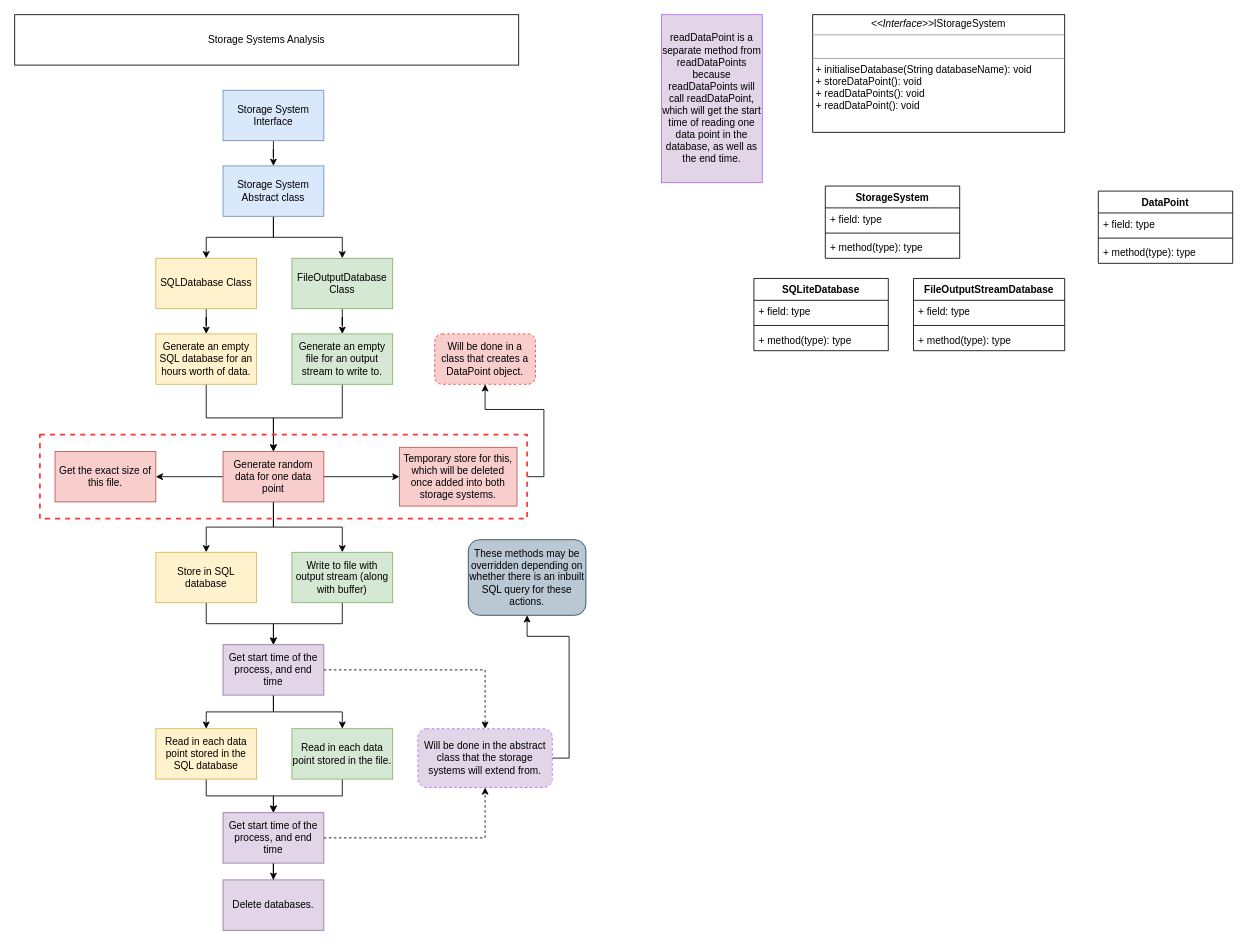
Earlier version of the draw.io diagram planning/StorageSystemVIP.drawio (dolphin-acoustics-vip/DBAnalytics). Source tidied: cells renumbered, new cells numbered last; positions are measured from the earlier drawing's top-left corner, leaving out a move shared by most shapes. Both pictures are drawn from the tidied source at 84%, with x=0, y=0 at pixel (14, 14).
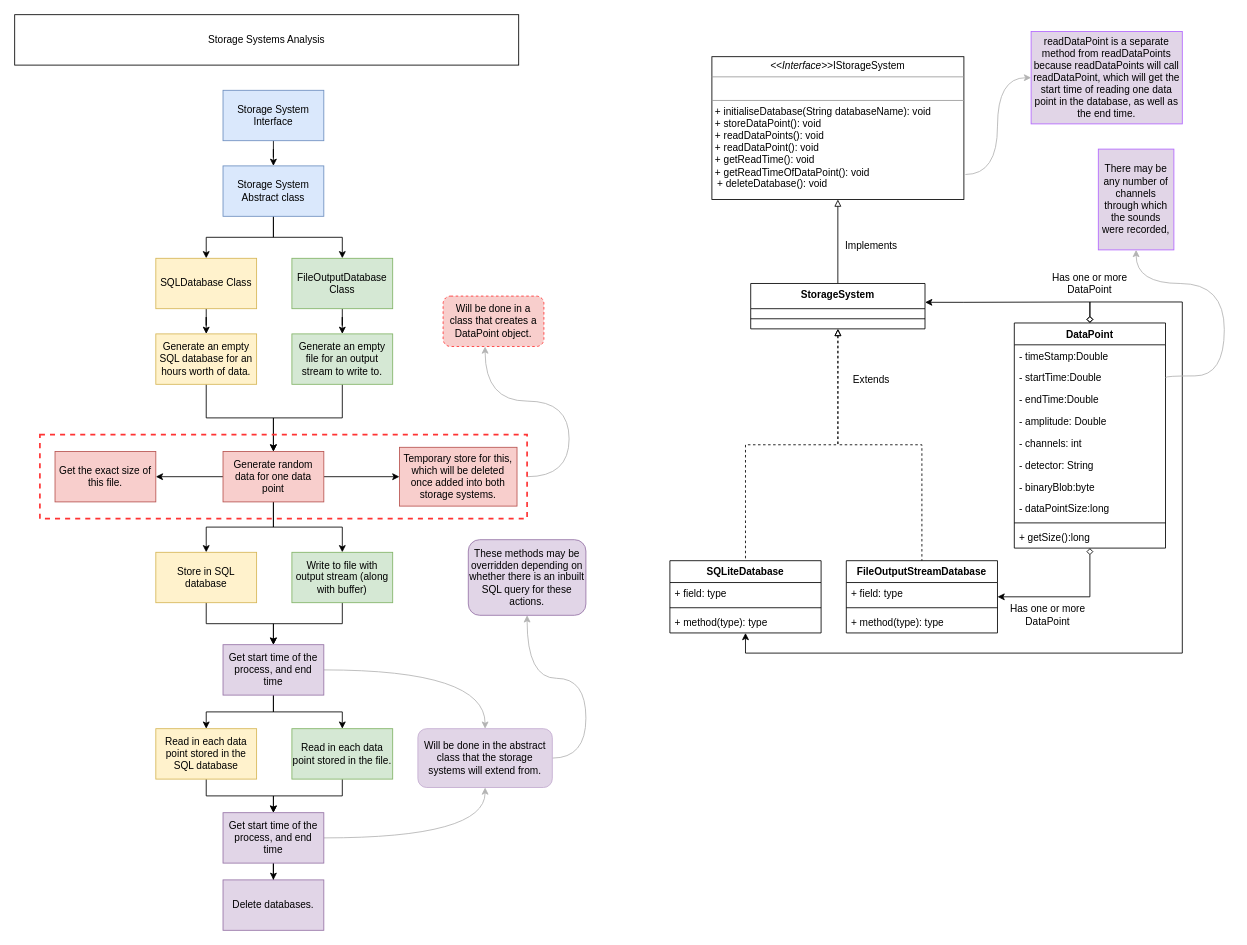
After the change.

Commit message:
Update StorageSystemVIP.drawio UML diagrams

The change refers to these unchanged cells:
```xml
<mxCell id="20" style="rounded=0;whiteSpace=wrap;html=1;fillColor=none;fontColor=#333333;strokeColor=#FF3333;dashed=1;strokeWidth=2;" parent="1" vertex="1">
  <mxGeometry x="30" y="500" width="580" height="100" as="geometry" />
</mxCell>
<mxCell id="27" value="Get start time of the process, and end time" style="whiteSpace=wrap;html=1;fillColor=#e1d5e7;strokeColor=#9673a6;rounded=0;" parent="1" vertex="1">
  <mxGeometry x="248" y="950" width="120" height="60" as="geometry" />
</mxCell>
<mxCell id="31" value="Get start time of the process, and end time" style="whiteSpace=wrap;html=1;fillColor=#e1d5e7;strokeColor=#9673a6;rounded=0;" parent="1" vertex="1">
  <mxGeometry x="248" y="750" width="120" height="60" as="geometry" />
</mxCell>
```

Change to the diagram source:
```diff
@@
-    <mxCell id="19" style="edgeStyle=orthogonalEdgeStyle;rounded=0;jettySize=auto;html=1;strokeColor=#000000;exitX=1;exitY=0.5;exitDx=0;exitDy=0;" parent="1" edge="1" source="20" target="21">
-      <mxGeometry relative="1" as="geometry" />
+    <mxCell id="19" style="edgeStyle=orthogonalEdgeStyle;jettySize=auto;html=1;strokeColor=#B3B3B3;exitX=1;exitY=0.5;exitDx=0;exitDy=0;curved=1;" parent="1" edge="1" source="20" target="21">
+      <mxGeometry relative="1" as="geometry">
+        <Array as="points">
+          <mxPoint x="660" y="550" />
+          <mxPoint x="660" y="460" />
+          <mxPoint x="560" y="460" />
+        </Array>
+      </mxGeometry>
     </mxCell>
@@
     <mxCell id="21" value="Will be done in a class that creates a DataPoint object." style="rounded=1;whiteSpace=wrap;html=1;strokeColor=#FF3333;strokeWidth=1;fillColor=#f8cecc;dashed=1;" parent="1" vertex="1">
-      <mxGeometry x="500" y="380" width="120" height="60" as="geometry" />
+      <mxGeometry x="510" y="335" width="120" height="60" as="geometry" />
     </mxCell>
@@
-    <mxCell id="25" style="edgeStyle=orthogonalEdgeStyle;rounded=0;jettySize=auto;html=1;entryX=0.5;entryY=1;entryDx=0;entryDy=0;dashed=1;strokeColor=#000000;" parent="1" edge="1" source="27" target="33">
+    <mxCell id="25" style="edgeStyle=orthogonalEdgeStyle;jettySize=auto;html=1;entryX=0.5;entryY=1;entryDx=0;entryDy=0;strokeColor=#B3B3B3;curved=1;" parent="1" edge="1" source="27" target="33">
       <mxGeometry relative="1" as="geometry" />
     </mxCell>
@@
-    <mxCell id="30" style="edgeStyle=orthogonalEdgeStyle;rounded=0;jettySize=auto;html=1;entryX=0.5;entryY=0;entryDx=0;entryDy=0;dashed=1;strokeColor=#000000;" parent="1" edge="1" source="31" target="33">
+    <mxCell id="30" style="edgeStyle=orthogonalEdgeStyle;jettySize=auto;html=1;entryX=0.5;entryY=0;entryDx=0;entryDy=0;strokeColor=#B3B3B3;curved=1;" parent="1" edge="1" source="31" target="33">
       <mxGeometry relative="1" as="geometry" />
     </mxCell>
@@
-    <mxCell id="32" style="edgeStyle=orthogonalEdgeStyle;rounded=0;jettySize=auto;html=1;strokeColor=#000000;exitX=1;exitY=0.5;exitDx=0;exitDy=0;entryX=0.5;entryY=1;entryDx=0;entryDy=0;" parent="1" edge="1" source="33" target="34">
+    <mxCell id="32" style="edgeStyle=orthogonalEdgeStyle;jettySize=auto;html=1;strokeColor=#B3B3B3;exitX=1;exitY=0.5;exitDx=0;exitDy=0;entryX=0.5;entryY=1;entryDx=0;entryDy=0;curved=1;" parent="1" edge="1" source="33" target="34">
       <mxGeometry relative="1" as="geometry">
         <Array as="points">
-          <mxPoint x="660" y="885" />
-          <mxPoint x="660" y="740" />
-          <mxPoint x="610" y="740" />
+          <mxPoint x="680" y="885" />
+          <mxPoint x="680" y="790" />
+          <mxPoint x="610" y="790" />
         </Array>
       </mxGeometry>
     </mxCell>
-    <mxCell id="33" value="Will be done in the abstract class that the storage systems will extend from." style="rounded=1;whiteSpace=wrap;html=1;strokeColor=#B266FF;strokeWidth=1;fillColor=#E1D5E7;dashed=1;" parent="1" vertex="1">
+    <mxCell id="33" value="Will be done in the abstract class that the storage systems will extend from." style="rounded=1;whiteSpace=wrap;html=1;strokeColor=#C3ABD0;strokeWidth=1;fillColor=#E1D5E7;" parent="1" vertex="1">
       <mxGeometry x="480" y="850" width="160" height="70" as="geometry" />
     </mxCell>
-    <mxCell id="34" value="These methods may be overridden depending on whether there is an inbuilt SQL query for these actions." style="whiteSpace=wrap;html=1;strokeColor=#23445d;rounded=1;strokeWidth=1;fillColor=#bac8d3;" parent="1" vertex="1">
+    <mxCell id="34" value="These methods may be overridden depending on whether there is an inbuilt SQL query for these actions." style="whiteSpace=wrap;html=1;strokeColor=#9673a6;rounded=1;strokeWidth=1;fillColor=#e1d5e7;" parent="1" vertex="1">
       <mxGeometry x="540" y="625" width="140" height="90" as="geometry" />
     </mxCell>
@@
     <mxCell id="45" value="SQLiteDatabase" style="swimlane;fontStyle=1;align=center;verticalAlign=top;horizontal=1;startSize=26;strokeWidth=1;labelBackgroundColor=none;" parent="1" vertex="1">
-      <mxGeometry x="880" y="314" width="160" height="86" as="geometry" />
+      <mxGeometry x="780" y="650" width="180" height="86" as="geometry" />
     </mxCell>
     <mxCell id="46" value="+ field: type" style="text;strokeColor=none;fillColor=none;align=left;verticalAlign=top;spacingLeft=4;spacingRight=4;overflow=hidden;strokeWidth=1;" parent="45" vertex="1">
-      <mxGeometry y="26" width="160" height="26" as="geometry" />
+      <mxGeometry y="26" width="180" height="26" as="geometry" />
     </mxCell>
     <mxCell id="47" style="line;strokeWidth=1;fillColor=none;align=left;verticalAlign=middle;spacingTop=-1;spacingLeft=3;spacingRight=3;labelPosition=right;strokeColor=inherit;" parent="45" vertex="1">
-      <mxGeometry y="52" width="160" height="8" as="geometry" />
+      <mxGeometry y="52" width="180" height="8" as="geometry" />
     </mxCell>
     <mxCell id="48" value="+ method(type): type" style="text;strokeColor=none;fillColor=none;align=left;verticalAlign=top;spacingLeft=4;spacingRight=4;overflow=hidden;strokeWidth=1;" parent="45" vertex="1">
-      <mxGeometry y="60" width="160" height="26" as="geometry" />
+      <mxGeometry y="60" width="180" height="26" as="geometry" />
     </mxCell>
+    <mxCell id="63" style="edgeStyle=orthogonalEdgeStyle;rounded=0;jettySize=auto;html=1;entryX=0.5;entryY=0;entryDx=0;entryDy=0;endArrow=none;endFill=0;startArrow=block;startFill=0;" parent="1" edge="1" source="49" target="58">
+      <mxGeometry relative="1" as="geometry" />
+    </mxCell>
-    <mxCell id="49" value="&lt;p style=&quot;margin:0px;margin-top:4px;text-align:center;&quot;&gt;&lt;i&gt;&amp;lt;&amp;lt;Interface&amp;gt;&amp;gt;&lt;/i&gt;IStorageSystem&lt;br&gt;&lt;/p&gt;&lt;hr size=&quot;1&quot;&gt;&lt;p style=&quot;margin:0px;margin-left:4px;&quot;&gt;&lt;br&gt;&lt;/p&gt;&lt;hr size=&quot;1&quot;&gt;&lt;p style=&quot;margin:0px;margin-left:4px;&quot;&gt;+ initialiseDatabase(String databaseName): void&lt;br&gt;+ storeDataPoint(): void&lt;/p&gt;&lt;p style=&quot;margin:0px;margin-left:4px;&quot;&gt;+ readDataPoints(): void&lt;/p&gt;&lt;p style=&quot;margin:0px;margin-left:4px;&quot;&gt;+ readDataPoint(): void&lt;br&gt;&lt;/p&gt;" style="verticalAlign=top;align=left;overflow=fill;fontSize=12;fontFamily=Helvetica;html=1;strokeWidth=1;" parent="1" vertex="1">
-      <mxGeometry x="950" width="300" height="140" as="geometry" />
+    <mxCell id="49" value="&lt;p style=&quot;margin:0px;margin-top:4px;text-align:center;&quot;&gt;&lt;i&gt;&amp;lt;&amp;lt;Interface&amp;gt;&amp;gt;&lt;/i&gt;IStorageSystem&lt;br&gt;&lt;/p&gt;&lt;hr size=&quot;1&quot;&gt;&lt;p style=&quot;margin:0px;margin-left:4px;&quot;&gt;&lt;br&gt;&lt;/p&gt;&lt;hr size=&quot;1&quot;&gt;&lt;p style=&quot;margin:0px;margin-left:4px;&quot;&gt;+ initialiseDatabase(String databaseName): void&lt;br&gt;+ storeDataPoint(): void&lt;/p&gt;&lt;p style=&quot;margin:0px;margin-left:4px;&quot;&gt;+ readDataPoints(): void&lt;/p&gt;&lt;p style=&quot;margin:0px;margin-left:4px;&quot;&gt;+ readDataPoint(): void&lt;/p&gt;&lt;p style=&quot;margin:0px;margin-left:4px;&quot;&gt;+ getReadTime(): void&lt;/p&gt;&lt;p style=&quot;margin:0px;margin-left:4px;&quot;&gt;+ getReadTimeOfDataPoint(): void&lt;/p&gt;&lt;div&gt;&amp;nbsp; + deleteDatabase(): void&lt;br&gt;&lt;/div&gt;" style="verticalAlign=top;align=left;overflow=fill;fontSize=12;fontFamily=Helvetica;html=1;strokeWidth=1;" parent="1" vertex="1">
+      <mxGeometry x="830" y="50" width="300" height="170" as="geometry" />
     </mxCell>
     <mxCell id="50" value="FileOutputStreamDatabase" style="swimlane;fontStyle=1;align=center;verticalAlign=top;horizontal=1;startSize=26;strokeWidth=1;labelBackgroundColor=none;" parent="1" vertex="1">
-      <mxGeometry x="1070" y="314" width="180" height="86" as="geometry" />
+      <mxGeometry x="990" y="650" width="180" height="86" as="geometry" />
     </mxCell>
@@
     <mxCell id="54" value="DataPoint" style="swimlane;fontStyle=1;align=center;verticalAlign=top;horizontal=1;startSize=26;labelBackgroundColor=none;strokeWidth=1;" parent="1" vertex="1">
-      <mxGeometry x="1290" y="210" width="160" height="86" as="geometry" />
+      <mxGeometry x="1190" y="367" width="180" height="268" as="geometry" />
     </mxCell>
-    <mxCell id="55" value="+ field: type" style="text;strokeColor=none;fillColor=none;align=left;verticalAlign=top;spacingLeft=4;spacingRight=4;overflow=hidden;labelBackgroundColor=none;strokeWidth=1;" parent="54" vertex="1">
-      <mxGeometry y="26" width="160" height="26" as="geometry" />
-    </mxCell>
+    <mxCell id="64" value="- timeStamp:Double    " style="text;strokeColor=none;fillColor=none;align=left;verticalAlign=top;spacingLeft=4;spacingRight=4;overflow=hidden;labelBackgroundColor=none;strokeWidth=1;" parent="54" vertex="1">
+      <mxGeometry y="26" width="180" height="26" as="geometry" />
+    </mxCell>
+    <mxCell id="65" value="- startTime:Double" style="text;strokeColor=none;fillColor=none;align=left;verticalAlign=top;spacingLeft=4;spacingRight=4;overflow=hidden;points=[[0,0.5],[1,0.5]];portConstraint=eastwest;labelBackgroundColor=none;strokeWidth=1;" parent="54" vertex="1">
+      <mxGeometry y="52" width="180" height="26" as="geometry" />
+    </mxCell>
+    <mxCell id="66" value="- endTime:Double" style="text;strokeColor=none;fillColor=none;align=left;verticalAlign=top;spacingLeft=4;spacingRight=4;overflow=hidden;labelBackgroundColor=none;strokeWidth=1;" parent="54" vertex="1">
+      <mxGeometry y="78" width="180" height="26" as="geometry" />
+    </mxCell>
+    <mxCell id="67" value="- amplitude: Double" style="text;strokeColor=none;fillColor=none;align=left;verticalAlign=top;spacingLeft=4;spacingRight=4;overflow=hidden;labelBackgroundColor=none;strokeWidth=1;" parent="54" vertex="1">
+      <mxGeometry y="104" width="180" height="26" as="geometry" />
+    </mxCell>
+    <mxCell id="68" value="- channels: int" style="text;strokeColor=none;fillColor=none;align=left;verticalAlign=top;spacingLeft=4;spacingRight=4;overflow=hidden;labelBackgroundColor=none;strokeWidth=1;" parent="54" vertex="1">
+      <mxGeometry y="130" width="180" height="26" as="geometry" />
+    </mxCell>
+    <mxCell id="69" value="- detector: String" style="text;strokeColor=none;fillColor=none;align=left;verticalAlign=top;spacingLeft=4;spacingRight=4;overflow=hidden;labelBackgroundColor=none;strokeWidth=1;" parent="54" vertex="1">
+      <mxGeometry y="156" width="180" height="26" as="geometry" />
+    </mxCell>
+    <mxCell id="70" value="- binaryBlob:byte" style="text;strokeColor=none;fillColor=none;align=left;verticalAlign=top;spacingLeft=4;spacingRight=4;overflow=hidden;labelBackgroundColor=none;strokeWidth=1;" parent="54" vertex="1">
+      <mxGeometry y="182" width="180" height="26" as="geometry" />
+    </mxCell>
+    <mxCell id="71" value="- dataPointSize:long" style="text;strokeColor=none;fillColor=none;align=left;verticalAlign=top;spacingLeft=4;spacingRight=4;overflow=hidden;labelBackgroundColor=none;strokeWidth=1;" parent="54" vertex="1">
+      <mxGeometry y="208" width="180" height="26" as="geometry" />
+    </mxCell>
     <mxCell id="56" style="line;strokeWidth=1;fillColor=none;align=left;verticalAlign=middle;spacingTop=-1;spacingLeft=3;spacingRight=3;labelPosition=right;strokeColor=inherit;labelBackgroundColor=none;" parent="54" vertex="1">
-      <mxGeometry y="52" width="160" height="8" as="geometry" />
+      <mxGeometry y="234" width="180" height="8" as="geometry" />
     </mxCell>
-    <mxCell id="57" value="+ method(type): type" style="text;strokeColor=none;fillColor=none;align=left;verticalAlign=top;spacingLeft=4;spacingRight=4;overflow=hidden;labelBackgroundColor=none;strokeWidth=1;" parent="54" vertex="1">
-      <mxGeometry y="60" width="160" height="26" as="geometry" />
+    <mxCell id="57" value="+ getSize():long" style="text;strokeColor=none;fillColor=none;align=left;verticalAlign=top;spacingLeft=4;spacingRight=4;overflow=hidden;labelBackgroundColor=none;strokeWidth=1;" parent="54" vertex="1">
+      <mxGeometry y="242" width="180" height="26" as="geometry" />
     </mxCell>
+    <mxCell id="72" style="edgeStyle=orthogonalEdgeStyle;rounded=0;jettySize=auto;html=1;endArrow=none;endFill=0;startArrow=block;startFill=0;dashed=1;" parent="1" edge="1" source="58" target="45">
+      <mxGeometry relative="1" as="geometry" />
+    </mxCell>
+    <mxCell id="73" style="edgeStyle=orthogonalEdgeStyle;jettySize=auto;html=1;entryX=0.5;entryY=0;entryDx=0;entryDy=0;endArrow=none;endFill=0;startArrow=block;startFill=0;dashed=1;rounded=0;" parent="1" edge="1" source="58" target="50">
+      <mxGeometry relative="1" as="geometry" />
+    </mxCell>
+    <mxCell id="74" style="edgeStyle=orthogonalEdgeStyle;rounded=0;orthogonalLoop=1;jettySize=auto;html=1;endArrow=diamond;endFill=0;startArrow=classic;startFill=1;entryX=0.5;entryY=0;entryDx=0;entryDy=0;exitX=1;exitY=0.414;exitDx=0;exitDy=0;exitPerimeter=0;" parent="1" edge="1">
+      <mxGeometry relative="1" as="geometry">
+        <mxPoint x="1083.8" y="342.4" as="sourcePoint" />
+        <mxPoint x="1280" y="367" as="targetPoint" />
+        <Array as="points">
+          <mxPoint x="1130" y="342" />
+          <mxPoint x="1280" y="342" />
+        </Array>
+      </mxGeometry>
+    </mxCell>
-    <mxCell id="58" value="StorageSystem" style="swimlane;fontStyle=1;align=center;verticalAlign=top;horizontal=1;startSize=26;labelBackgroundColor=none;strokeWidth=1;" parent="1" vertex="1">
-      <mxGeometry x="965" y="204" width="160" height="86" as="geometry" />
+    <mxCell id="58" value="StorageSystem" style="swimlane;fontStyle=1;align=center;verticalAlign=top;horizontal=1;startSize=30;labelBackgroundColor=none;strokeWidth=1;" parent="1" vertex="1">
+      <mxGeometry x="876.2" y="320" width="207.5" height="54" as="geometry" />
     </mxCell>
-    <mxCell id="59" value="+ field: type" style="text;strokeColor=none;fillColor=none;align=left;verticalAlign=top;spacingLeft=4;spacingRight=4;overflow=hidden;labelBackgroundColor=none;strokeWidth=1;" parent="58" vertex="1">
-      <mxGeometry y="26" width="160" height="26" as="geometry" />
-    </mxCell>
     <mxCell id="60" style="line;strokeWidth=1;fillColor=none;align=left;verticalAlign=middle;spacingTop=-1;spacingLeft=3;spacingRight=3;labelPosition=right;strokeColor=inherit;labelBackgroundColor=none;" parent="58" vertex="1">
-      <mxGeometry y="52" width="160" height="8" as="geometry" />
+      <mxGeometry y="30" width="207.5" height="24" as="geometry" />
     </mxCell>
-    <mxCell id="61" value="+ method(type): type" style="text;strokeColor=none;fillColor=none;align=left;verticalAlign=top;spacingLeft=4;spacingRight=4;overflow=hidden;labelBackgroundColor=none;strokeWidth=1;" parent="58" vertex="1">
-      <mxGeometry y="60" width="160" height="26" as="geometry" />
-    </mxCell>
+    <mxCell id="75" style="edgeStyle=orthogonalEdgeStyle;jettySize=auto;html=1;entryX=1.006;entryY=0.825;entryDx=0;entryDy=0;entryPerimeter=0;startArrow=classic;startFill=1;endArrow=none;endFill=0;curved=1;strokeColor=#B3B3B3;" parent="1" edge="1" source="62" target="49">
+      <mxGeometry relative="1" as="geometry" />
+    </mxCell>
     <mxCell id="62" value="readDataPoint is a separate method from readDataPoints because readDataPoints will call readDataPoint, which will get the start time of reading one data point in the database, as well as the end time." style="rounded=0;whiteSpace=wrap;html=1;labelBackgroundColor=none;strokeColor=#B266FF;strokeWidth=1;fillColor=#E1D5E7;" parent="1" vertex="1">
-      <mxGeometry x="770" width="120" height="200" as="geometry" />
+      <mxGeometry x="1210" y="20" width="180" height="110" as="geometry" />
     </mxCell>
+    <mxCell id="76" style="edgeStyle=orthogonalEdgeStyle;jettySize=auto;html=1;endArrow=diamond;endFill=0;startArrow=classic;startFill=1;entryX=0.5;entryY=1;entryDx=0;entryDy=0;exitX=1;exitY=0.5;exitDx=0;exitDy=0;rounded=0;" parent="1" edge="1" source="50" target="54">
+      <mxGeometry relative="1" as="geometry">
+        <Array as="points">
+          <mxPoint x="1280" y="693" />
+        </Array>
+      </mxGeometry>
+    </mxCell>
+    <mxCell id="77" style="edgeStyle=orthogonalEdgeStyle;rounded=0;jettySize=auto;html=1;endArrow=diamond;endFill=0;startArrow=classic;startFill=1;exitX=0.5;exitY=1;exitDx=0;exitDy=0;entryX=0.5;entryY=0;entryDx=0;entryDy=0;" parent="1" edge="1" source="45" target="54">
+      <mxGeometry relative="1" as="geometry">
+        <Array as="points">
+          <mxPoint x="870" y="760" />
+          <mxPoint x="1390" y="760" />
+          <mxPoint x="1390" y="342" />
+          <mxPoint x="1280" y="342" />
+        </Array>
+      </mxGeometry>
+    </mxCell>
+    <mxCell id="78" value="There may be any number of channels through which the sounds were recorded, " style="rounded=0;whiteSpace=wrap;html=1;labelBackgroundColor=none;strokeColor=#B266FF;strokeWidth=1;fillColor=#E1D5E7;" parent="1" vertex="1">
+      <mxGeometry x="1290" y="160" width="90" height="120" as="geometry" />
+    </mxCell>
+    <mxCell id="79" value="Implements" style="text;html=1;strokeColor=none;fillColor=none;align=center;verticalAlign=middle;whiteSpace=wrap;rounded=0;" parent="1" vertex="1">
+      <mxGeometry x="990" y="260" width="60" height="30" as="geometry" />
+    </mxCell>
+    <mxCell id="80" value="Has one or more DataPoint" style="text;html=1;strokeColor=none;fillColor=none;align=center;verticalAlign=middle;whiteSpace=wrap;rounded=0;" parent="1" vertex="1">
+      <mxGeometry x="1210" y="305" width="140" height="30" as="geometry" />
+    </mxCell>
+    <mxCell id="81" value="Extends" style="text;html=1;strokeColor=none;fillColor=none;align=center;verticalAlign=middle;whiteSpace=wrap;rounded=0;rotation=0;" parent="1" vertex="1">
+      <mxGeometry x="990" y="420" width="60" height="30" as="geometry" />
+    </mxCell>
+    <mxCell id="82" value="Has one or more DataPoint" style="text;html=1;strokeColor=none;fillColor=none;align=center;verticalAlign=middle;whiteSpace=wrap;rounded=0;rotation=0;" parent="1" vertex="1">
+      <mxGeometry x="1160" y="700" width="140" height="30" as="geometry" />
+    </mxCell>
+    <mxCell id="83" style="edgeStyle=orthogonalEdgeStyle;curved=1;jettySize=auto;html=1;startArrow=none;startFill=0;endArrow=classic;endFill=1;strokeColor=#B3B3B3;exitX=1;exitY=0.5;exitDx=0;exitDy=0;" parent="1" edge="1" source="65" target="78">
+      <mxGeometry relative="1" as="geometry">
+        <Array as="points">
+          <mxPoint x="1370" y="430" />
+          <mxPoint x="1440" y="430" />
+          <mxPoint x="1440" y="320" />
+          <mxPoint x="1335" y="320" />
+        </Array>
+      </mxGeometry>
+    </mxCell>
```
